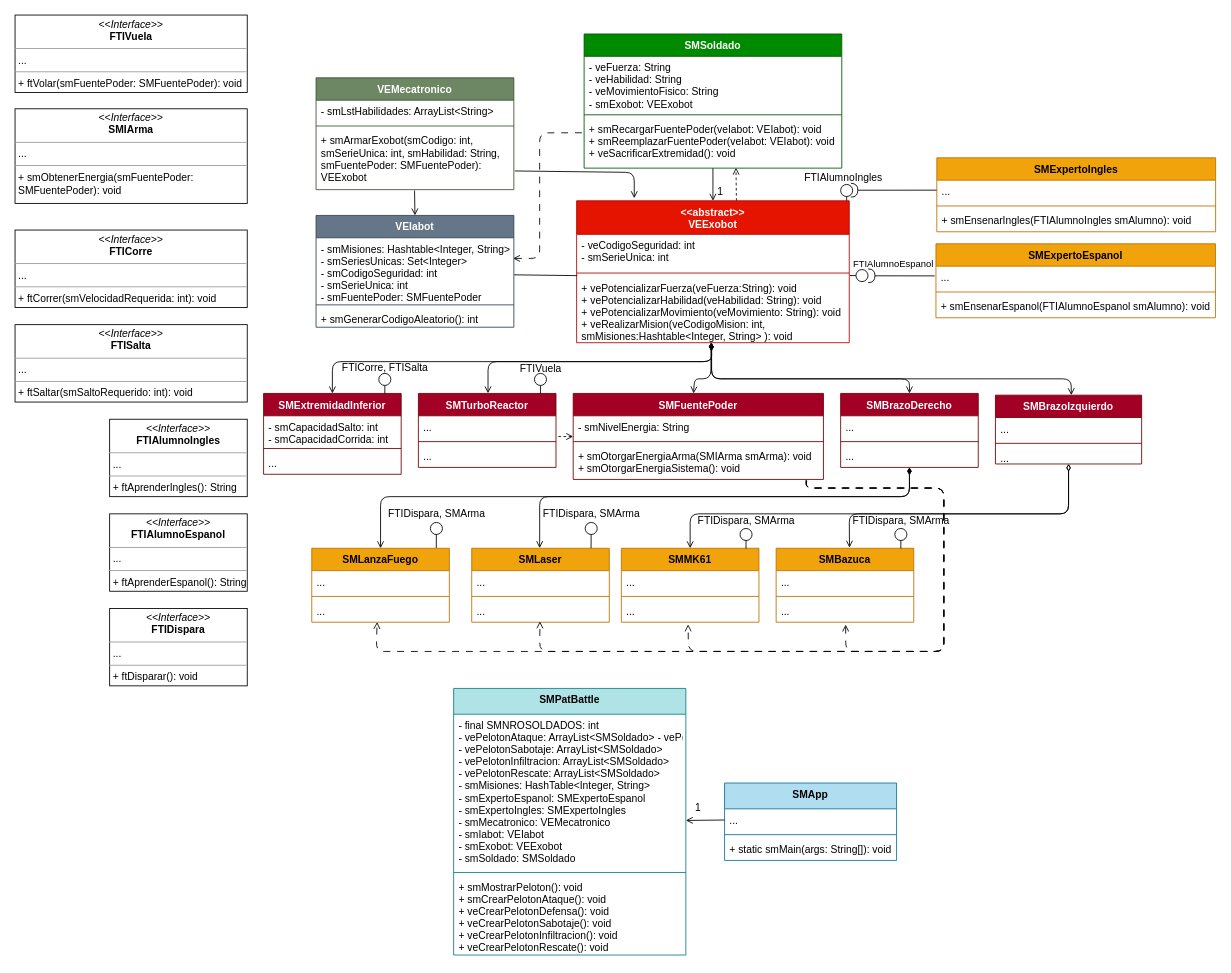
Above: utilities/SMDC.Exobot2.0.drawio in mateonicolasg/Grupo5.Exobot (draw.io), before the change. Source tidied: cells renumbered, new cells numbered last; positions are measured from the earlier drawing's top-left corner, leaving out a move shared by most shapes. Both pictures are drawn from the tidied source at 86%, with x=0, y=0 at pixel (15, 15).
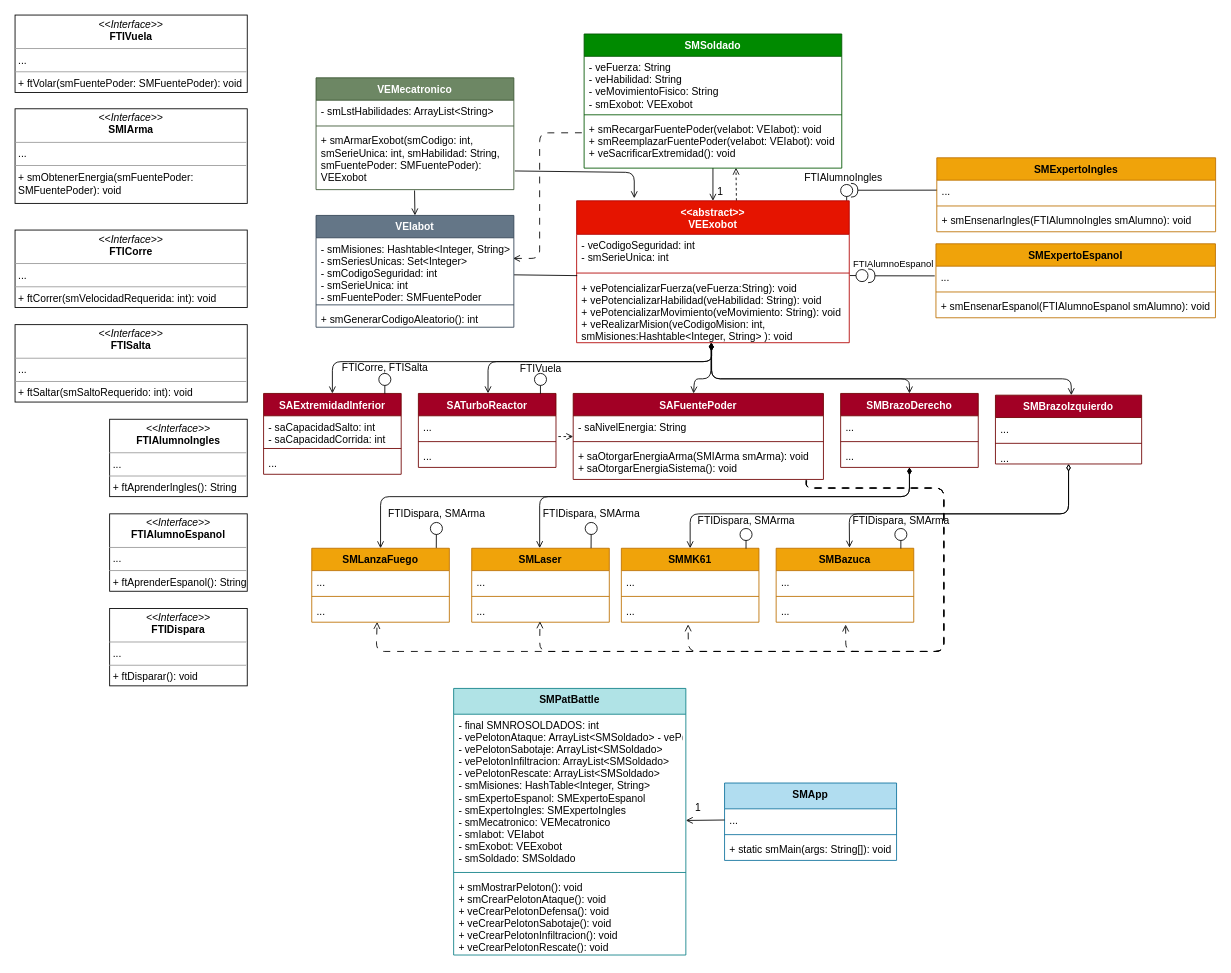
The same diagram, later.

Change to the diagram source:
```diff
@@
-    <mxCell id="38" value="SMExtremidadInferior" style="swimlane;fontStyle=1;align=center;verticalAlign=top;horizontal=1;startSize=26;fillColor=#a20025;strokeColor=#6F0000;fontColor=#ffffff;" parent="1" vertex="1">
+    <mxCell id="38" value="SAExtremidadInferior" style="swimlane;fontStyle=1;align=center;verticalAlign=top;horizontal=1;startSize=26;fillColor=#a20025;strokeColor=#6F0000;fontColor=#ffffff;" parent="1" vertex="1">
       <mxGeometry x="289" y="440" width="160" height="94" as="geometry" />
     </mxCell>
-    <mxCell id="39" value="- smCapacidadSalto: int&#10;- smCapacidadCorrida: int" style="text;strokeColor=none;fillColor=none;align=left;verticalAlign=top;spacingLeft=4;spacingRight=4;overflow=hidden;fontColor=#000000;" parent="38" vertex="1">
+    <mxCell id="39" value="- saCapacidadSalto: int&#10;- saCapacidadCorrida: int" style="text;strokeColor=none;fillColor=none;align=left;verticalAlign=top;spacingLeft=4;spacingRight=4;overflow=hidden;fontColor=#000000;" parent="38" vertex="1">
       <mxGeometry y="26" width="160" height="34" as="geometry" />
     </mxCell>
@@
-    <mxCell id="42" value="SMTurboReactor" style="swimlane;fontStyle=1;align=center;verticalAlign=top;horizontal=1;startSize=26;fillColor=#a20025;strokeColor=#6F0000;fontColor=#ffffff;" parent="1" vertex="1">
+    <mxCell id="42" value="SATurboReactor" style="swimlane;fontStyle=1;align=center;verticalAlign=top;horizontal=1;startSize=26;fillColor=#a20025;strokeColor=#6F0000;fontColor=#ffffff;" parent="1" vertex="1">
       <mxGeometry x="469" y="440" width="160" height="86" as="geometry" />
     </mxCell>
@@
-    <mxCell id="48" value="SMFuentePoder" style="swimlane;fontStyle=1;align=center;verticalAlign=top;horizontal=1;startSize=26;fillColor=#a20025;strokeColor=#6F0000;fontColor=#ffffff;" parent="1" vertex="1">
+    <mxCell id="48" value="SAFuentePoder" style="swimlane;fontStyle=1;align=center;verticalAlign=top;horizontal=1;startSize=26;fillColor=#a20025;strokeColor=#6F0000;fontColor=#ffffff;" parent="1" vertex="1">
       <mxGeometry x="649" y="440" width="291" height="100" as="geometry" />
     </mxCell>
-    <mxCell id="49" value="- smNivelEnergia: String" style="text;strokeColor=none;fillColor=none;align=left;verticalAlign=top;spacingLeft=4;spacingRight=4;overflow=hidden;fontColor=#000000;" parent="48" vertex="1">
+    <mxCell id="49" value="- saNivelEnergia: String" style="text;strokeColor=none;fillColor=none;align=left;verticalAlign=top;spacingLeft=4;spacingRight=4;overflow=hidden;fontColor=#000000;" parent="48" vertex="1">
       <mxGeometry y="26" width="291" height="26" as="geometry" />
     </mxCell>
@@
-    <mxCell id="51" value="+ smOtorgarEnergiaArma(SMIArma smArma): void&#10;+ smOtorgarEnergiaSistema(): void" style="text;strokeColor=none;fillColor=none;align=left;verticalAlign=top;spacingLeft=4;spacingRight=4;overflow=hidden;points=[[0,0.5],[1,0.5]];portConstraint=eastwest;fontColor=#000000;" parent="48" vertex="1">
+    <mxCell id="51" value="+ saOtorgarEnergiaArma(SMIArma smArma): void&#10;+ saOtorgarEnergiaSistema(): void" style="text;strokeColor=none;fillColor=none;align=left;verticalAlign=top;spacingLeft=4;spacingRight=4;overflow=hidden;points=[[0,0.5],[1,0.5]];portConstraint=eastwest;fontColor=#000000;" parent="48" vertex="1">
       <mxGeometry y="60" width="291" height="40" as="geometry" />
     </mxCell>
```
